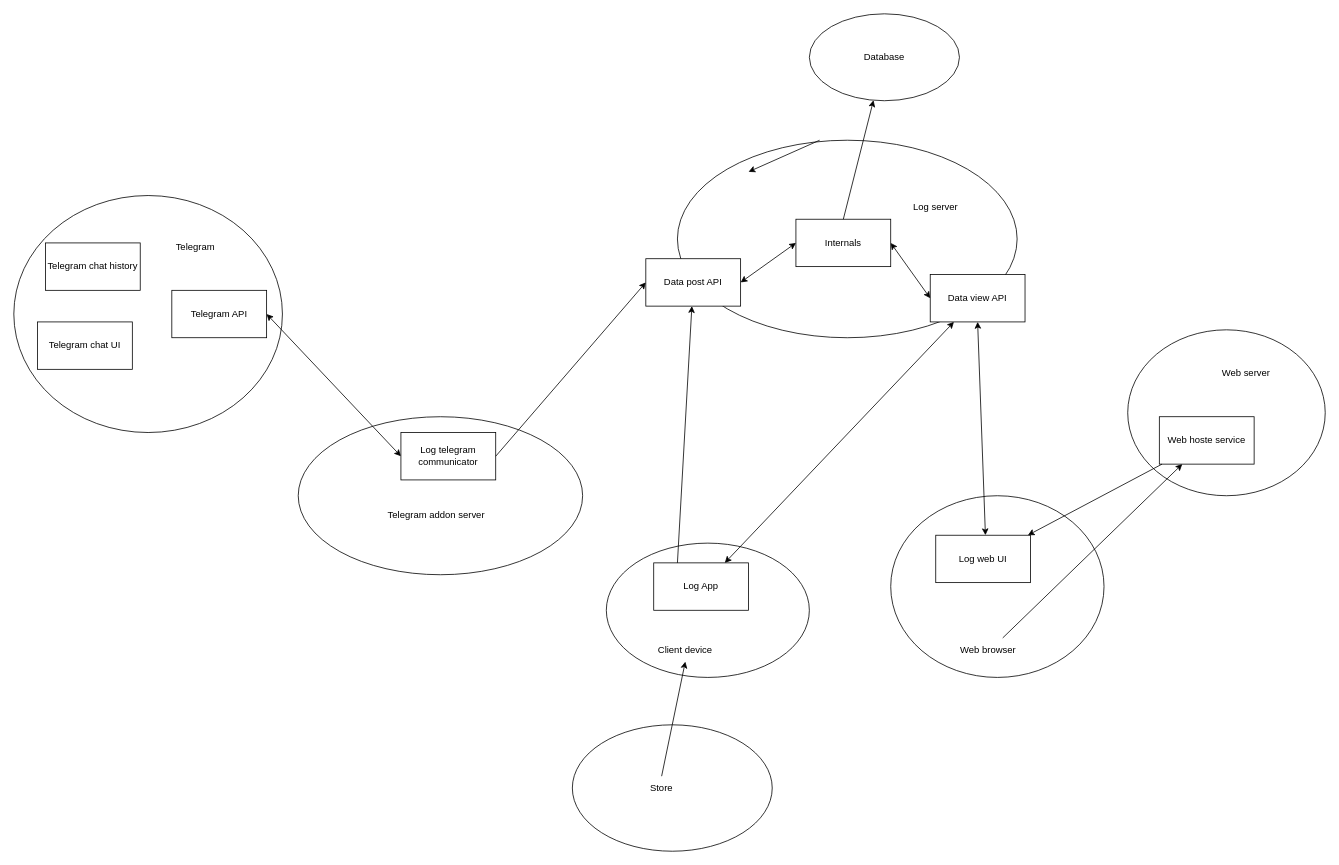
This is Specification/Architecture.drawio from WayArts/log-ios-client, a draw.io file, before an edit. Source tidied: cells renumbered, new cells numbered last; positions are measured from the earlier drawing's top-left corner, leaving out a move shared by most shapes. Both pictures are drawn from the tidied source at 79%, with x=0, y=0 at pixel (13, 13).
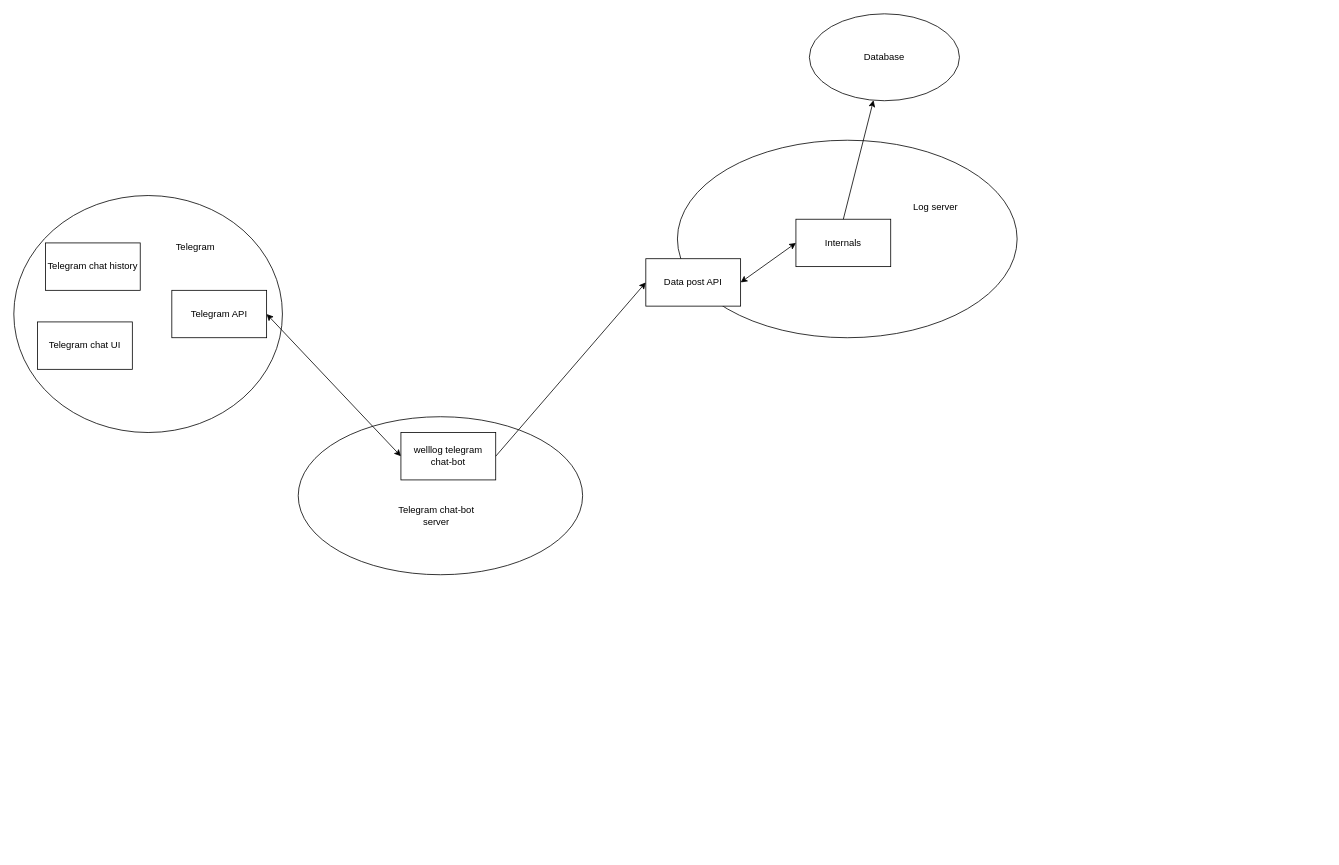
Above is the later version.

Unchanged cells that the change refers to:
```xml
<mxCell id="18" value="Internals" style="rounded=0;whiteSpace=wrap;html=1;" parent="1" vertex="1">
  <mxGeometry x="990" y="260" width="120" height="60" as="geometry" />
</mxCell>
<mxCell id="20" value="Data post API" style="rounded=0;whiteSpace=wrap;html=1;" parent="1" vertex="1">
  <mxGeometry x="800" y="310" width="120" height="60" as="geometry" />
</mxCell>
```

Diff of the diagram source:
```diff
@@
-    <mxCell id="4" style="ellipse;whiteSpace=wrap;html=1;" parent="1" vertex="1">
-      <mxGeometry x="1110" y="610" width="270" height="230" as="geometry" />
-    </mxCell>
@@
-    <mxCell id="9" value="Data view API" style="rounded=0;whiteSpace=wrap;html=1;" parent="1" vertex="1">
-      <mxGeometry x="1160" y="330" width="120" height="60" as="geometry" />
-    </mxCell>
-    <mxCell id="10" value="Log web UI" style="rounded=0;whiteSpace=wrap;html=1;" parent="1" vertex="1">
-      <mxGeometry x="1167" y="660" width="120" height="60" as="geometry" />
-    </mxCell>
-    <mxCell id="11" value="Log telegram communicator" style="rounded=0;whiteSpace=wrap;html=1;" parent="1" vertex="1">
+    <mxCell id="11" value="welllog telegram&lt;br&gt;chat-bot" style="rounded=0;whiteSpace=wrap;html=1;" parent="1" vertex="1">
       <mxGeometry x="490" y="530" width="120" height="60" as="geometry" />
     </mxCell>
@@
-    <mxCell id="14" value="Web browser" style="text;html=1;strokeColor=none;fillColor=none;align=center;verticalAlign=middle;whiteSpace=wrap;rounded=0;" parent="1" vertex="1">
-      <mxGeometry x="1197" y="790" width="73" height="30" as="geometry" />
-    </mxCell>
-    <mxCell id="15" style="endArrow=classic;startArrow=classic;html=1;rounded=0;entryX=0.5;entryY=1;entryDx=0;entryDy=0;exitX=0.444;exitY=0.217;exitDx=0;exitDy=0;exitPerimeter=0;" parent="1" edge="1" source="4" target="9">
-      <mxGeometry relative="1" as="geometry" />
-    </mxCell>
@@
-    <mxCell id="19" style="endArrow=classic;startArrow=classic;html=1;rounded=0;entryX=0;entryY=0.5;entryDx=0;entryDy=0;exitX=1;exitY=0.5;exitDx=0;exitDy=0;" parent="1" edge="1" source="18" target="9">
-      <mxGeometry relative="1" as="geometry" />
-    </mxCell>
@@
-    <mxCell id="21" value="Telegram addon server" style="text;html=1;strokeColor=none;fillColor=none;align=center;verticalAlign=middle;whiteSpace=wrap;rounded=0;" parent="1" vertex="1">
+    <mxCell id="21" value="Telegram chat-bot server" style="text;html=1;strokeColor=none;fillColor=none;align=center;verticalAlign=middle;whiteSpace=wrap;rounded=0;" parent="1" vertex="1">
       <mxGeometry x="470" y="620" width="130" height="30" as="geometry" />
     </mxCell>
@@
-    <mxCell id="23" style="ellipse;whiteSpace=wrap;html=1;" parent="1" vertex="1">
-      <mxGeometry x="1410" y="400" width="250" height="210" as="geometry" />
-    </mxCell>
-    <mxCell id="24" value="Web hoste service" style="rounded=0;whiteSpace=wrap;html=1;" parent="1" vertex="1">
-      <mxGeometry x="1450" y="510" width="120" height="60" as="geometry" />
-    </mxCell>
-    <mxCell id="25" value="Web server" style="text;html=1;strokeColor=none;fillColor=none;align=center;verticalAlign=middle;whiteSpace=wrap;rounded=0;" parent="1" vertex="1">
-      <mxGeometry x="1520" y="440" width="80" height="30" as="geometry" />
-    </mxCell>
-    <mxCell id="26" style="endArrow=classic;html=1;rounded=0;exitX=0.75;exitY=0;exitDx=0;exitDy=0;" parent="1" edge="1" source="14" target="24">
-      <mxGeometry relative="1" as="geometry" />
-    </mxCell>
-    <mxCell id="27" style="endArrow=classic;html=1;rounded=0;" parent="1" edge="1" source="24" target="10">
-      <mxGeometry relative="1" as="geometry" />
-    </mxCell>
-    <mxCell id="28" style="endArrow=classic;html=1;rounded=0;exitX=0;exitY=0.5;exitDx=0;exitDy=0;entryX=1;entryY=0.5;entryDx=0;entryDy=0;" parent="1" edge="1">
-      <mxGeometry relative="1" as="geometry">
-        <mxPoint x="1020" y="160" as="sourcePoint" />
-        <mxPoint x="930" y="200" as="targetPoint" />
-      </mxGeometry>
-    </mxCell>
@@
-    <mxCell id="31" style="ellipse;whiteSpace=wrap;html=1;" parent="1" vertex="1">
-      <mxGeometry x="750" y="670" width="257" height="170" as="geometry" />
-    </mxCell>
-    <mxCell id="32" value="Client device" style="text;html=1;strokeColor=none;fillColor=none;align=center;verticalAlign=middle;whiteSpace=wrap;rounded=0;" parent="1" vertex="1">
-      <mxGeometry x="810" y="790" width="80" height="30" as="geometry" />
-    </mxCell>
-    <mxCell id="33" value="Log App" style="rounded=0;whiteSpace=wrap;html=1;" parent="1" vertex="1">
-      <mxGeometry x="810" y="695" width="120" height="60" as="geometry" />
-    </mxCell>
-    <mxCell id="34" style="ellipse;whiteSpace=wrap;html=1;" parent="1" vertex="1">
-      <mxGeometry x="707" y="900" width="253" height="160" as="geometry" />
-    </mxCell>
-    <mxCell id="35" value="Store" style="text;html=1;strokeColor=none;fillColor=none;align=center;verticalAlign=middle;whiteSpace=wrap;rounded=0;" parent="1" vertex="1">
-      <mxGeometry x="790" y="965" width="60" height="30" as="geometry" />
-    </mxCell>
-    <mxCell id="36" style="endArrow=classic;html=1;rounded=0;exitX=0.5;exitY=0;exitDx=0;exitDy=0;entryX=0.5;entryY=1;entryDx=0;entryDy=0;" parent="1" edge="1" source="35" target="32">
-      <mxGeometry relative="1" as="geometry" />
-    </mxCell>
-    <mxCell id="37" style="endArrow=classic;html=1;rounded=0;exitX=0.25;exitY=0;exitDx=0;exitDy=0;" parent="1" edge="1" source="33" target="20">
-      <mxGeometry relative="1" as="geometry" />
-    </mxCell>
-    <mxCell id="38" style="endArrow=classic;startArrow=classic;html=1;rounded=0;entryX=0.25;entryY=1;entryDx=0;entryDy=0;exitX=0.75;exitY=0;exitDx=0;exitDy=0;" parent="1" edge="1" source="33" target="9">
-      <mxGeometry relative="1" as="geometry" />
-    </mxCell>
```
